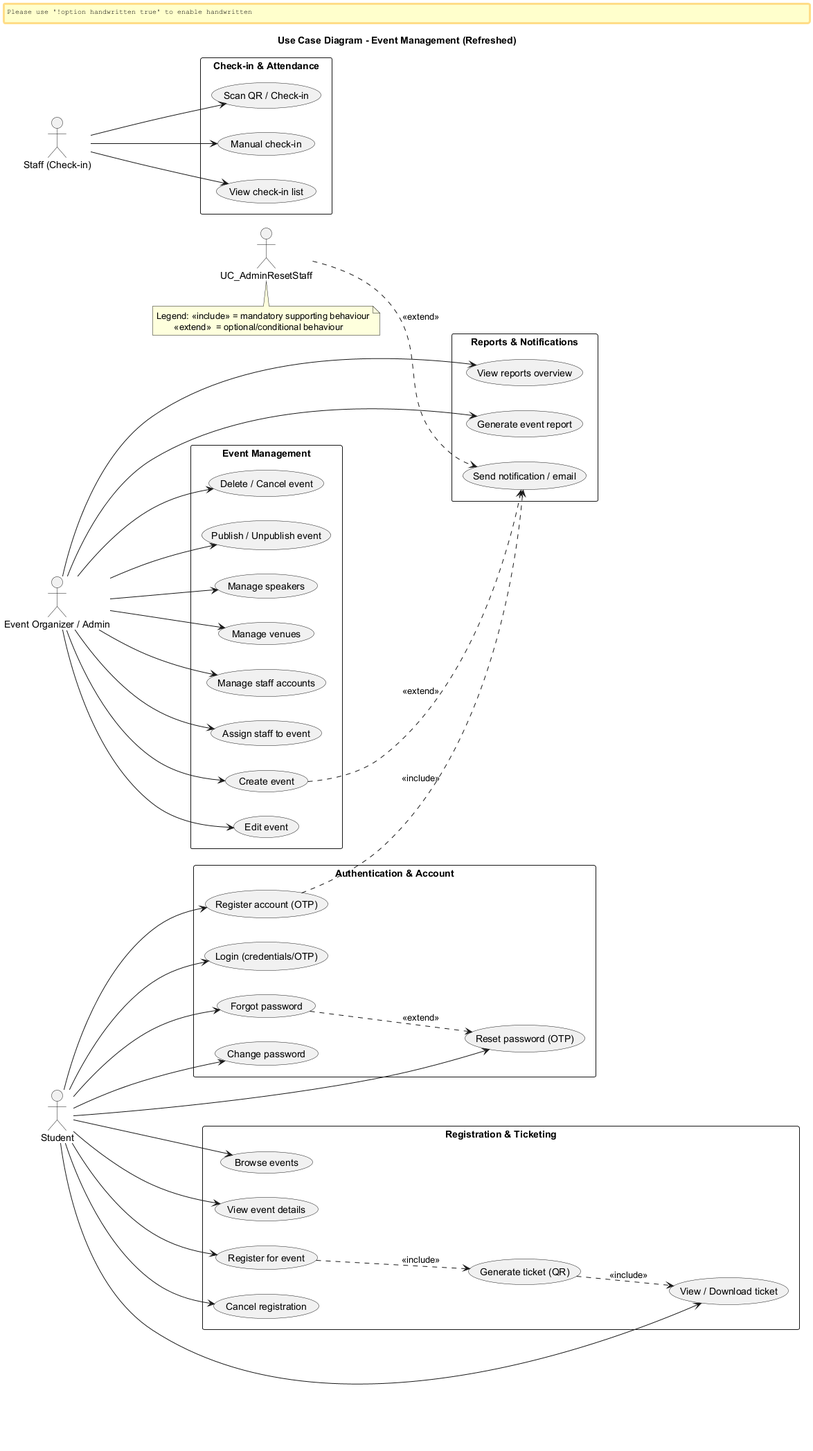
Before: DOCUMENTATION/diagrams/usecases_refreshed.png, a diagram exported from PlantUML (thaitranqq/Event_Management).
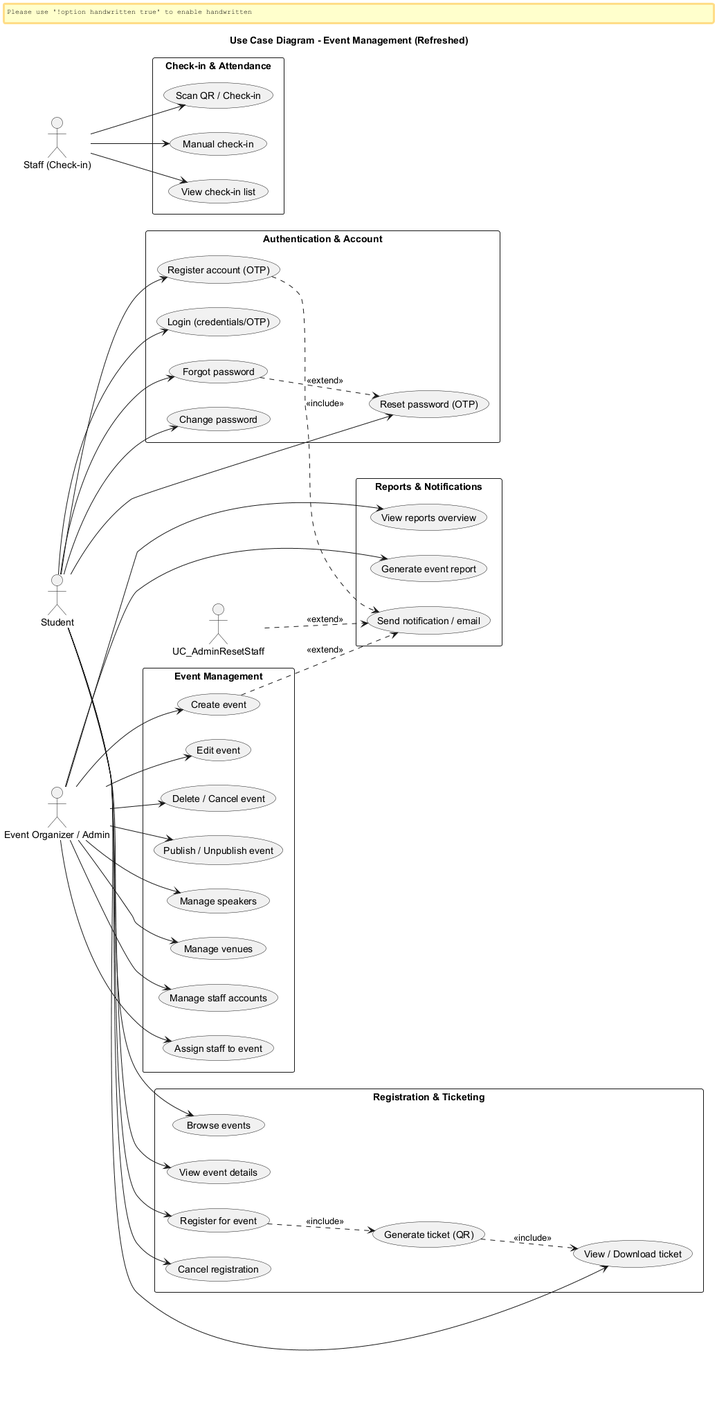
The same diagram one commit later.

Commit message:
docs(diagrams): remove note blocks (yellow notes) from diagrams

Diff of the diagram source:
```diff
@@ -80,9 +80,4 @@
 UC_AdminResetStaff ..> UC_Notify : <<extend>>
 UC_CreateEvent ..> UC_Notify : <<extend>>
 
-note bottom
-  Legend: <<include>> = mandatory supporting behaviour
-         <<extend>>  = optional/conditional behaviour
-end note
-
 @enduml
```
